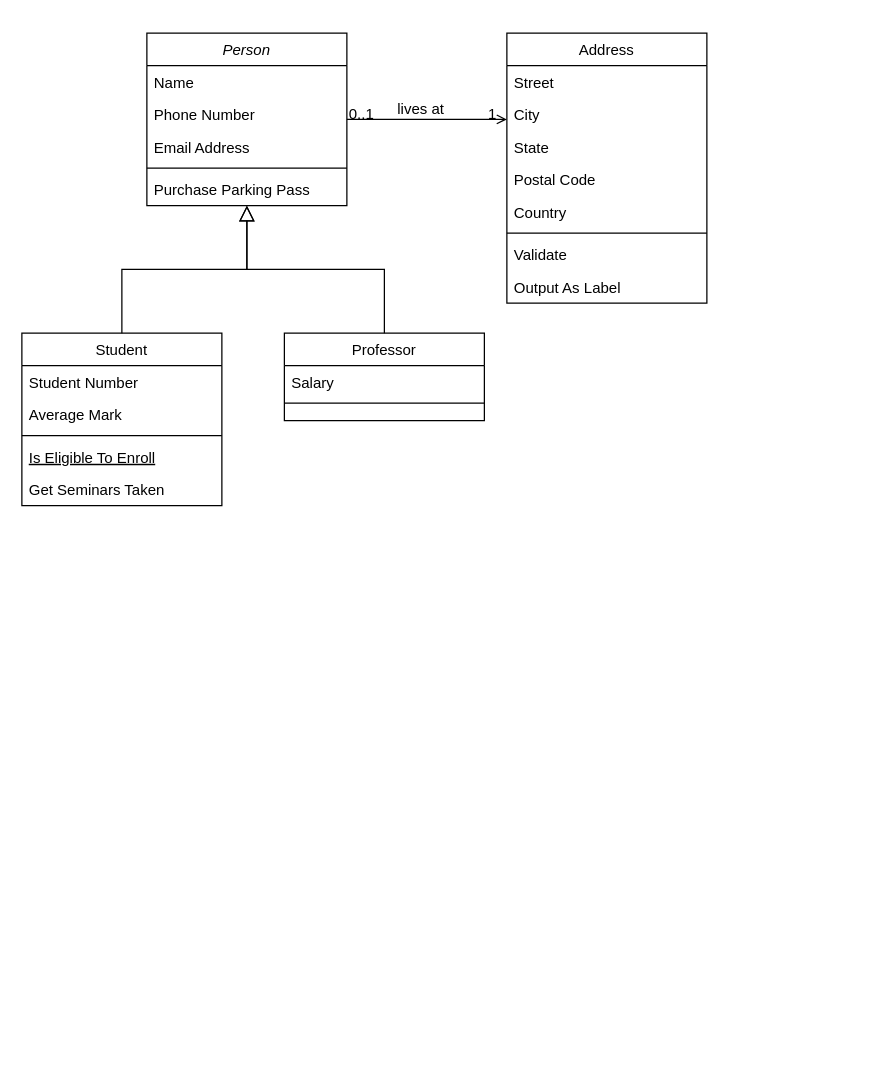
estharossa/AviaTickets keeps this draw.io diagram as Untitled Diagram.drawio. Above is the earlier version. Source tidied: cells renumbered, new cells numbered last; positions are measured from the earlier drawing's top-left corner, leaving out a move shared by most shapes. Both pictures are drawn from the tidied source at 125%, with x=0, y=0 at pixel (21, 32).
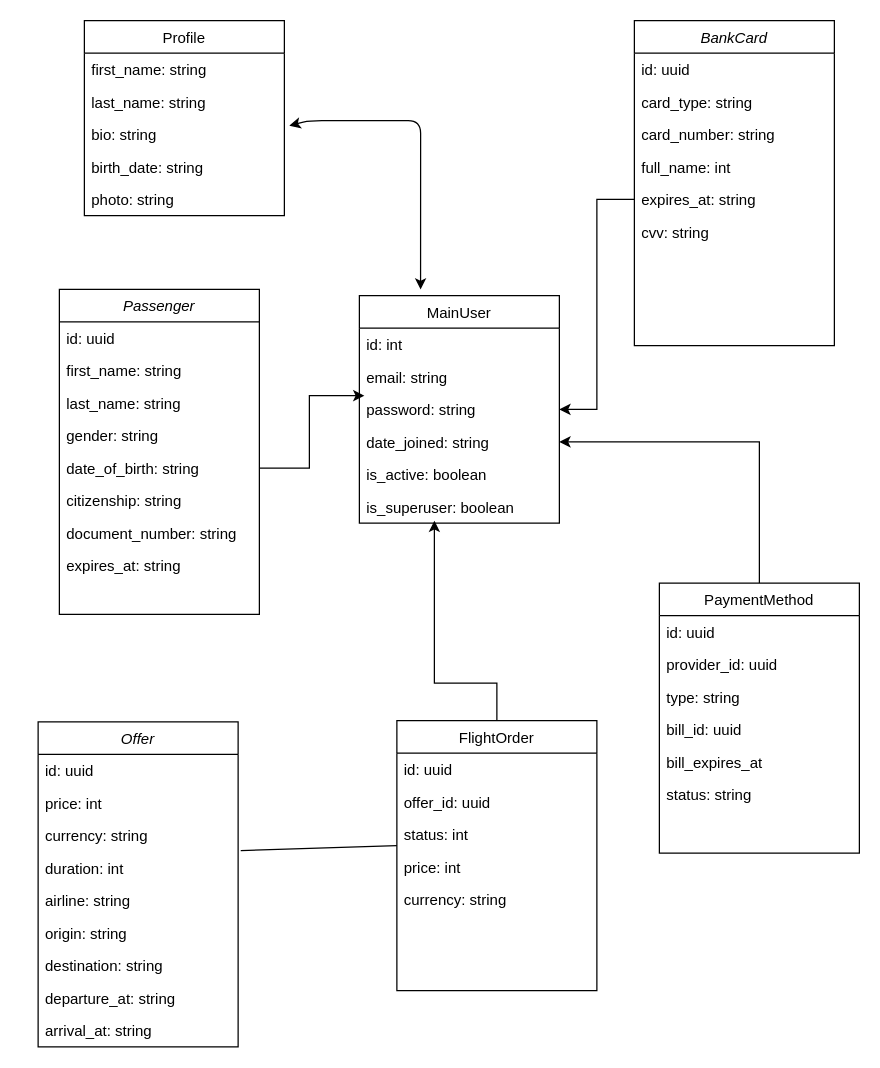
The same page after the edit.

What changed in the source:
```diff
@@
-    <mxCell id="2" value="Person" style="swimlane;fontStyle=2;align=center;verticalAlign=top;horizontal=1;startSize=26;rounded=0;shadow=0;strokeWidth=1;" parent="1" vertex="1">
-      <mxGeometry x="100" width="160" height="138" as="geometry" />
+    <mxCell id="2" value="Offer" style="swimlane;fontStyle=2;align=center;verticalAlign=top;horizontal=1;startSize=26;rounded=0;shadow=0;strokeWidth=1;" parent="1" vertex="1">
+      <mxGeometry x="13" y="551" width="160" height="260" as="geometry" />
     </mxCell>
-    <mxCell id="3" value="Name" style="text;align=left;verticalAlign=top;spacingLeft=4;spacingRight=4;overflow=hidden;" parent="2" vertex="1">
+    <mxCell id="3" value="id: uuid" style="text;align=left;verticalAlign=top;spacingLeft=4;spacingRight=4;overflow=hidden;" parent="2" vertex="1">
       <mxGeometry y="26" width="160" height="26" as="geometry" />
     </mxCell>
-    <mxCell id="4" value="Phone Number" style="text;align=left;verticalAlign=top;spacingLeft=4;spacingRight=4;overflow=hidden;rounded=0;shadow=0;html=0;" parent="2" vertex="1">
+    <mxCell id="4" value="price: int" style="text;align=left;verticalAlign=top;spacingLeft=4;spacingRight=4;overflow=hidden;rounded=0;shadow=0;html=0;" parent="2" vertex="1">
       <mxGeometry y="52" width="160" height="26" as="geometry" />
     </mxCell>
-    <mxCell id="5" value="Email Address" style="text;align=left;verticalAlign=top;spacingLeft=4;spacingRight=4;overflow=hidden;rounded=0;shadow=0;html=0;" parent="2" vertex="1">
+    <mxCell id="5" value="currency: string&#10;" style="text;align=left;verticalAlign=top;spacingLeft=4;spacingRight=4;overflow=hidden;rounded=0;shadow=0;html=0;" parent="2" vertex="1">
       <mxGeometry y="78" width="160" height="26" as="geometry" />
     </mxCell>
-    <mxCell id="6" style="line;html=1;strokeWidth=1;align=left;verticalAlign=middle;spacingTop=-1;spacingLeft=3;spacingRight=3;labelPosition=right;" parent="2" vertex="1">
-      <mxGeometry y="104" width="160" height="8" as="geometry" />
-    </mxCell>
-    <mxCell id="7" value="Purchase Parking Pass" style="text;align=left;verticalAlign=top;spacingLeft=4;spacingRight=4;overflow=hidden;" parent="2" vertex="1">
-      <mxGeometry y="112" width="160" height="26" as="geometry" />
-    </mxCell>
+    <mxCell id="32" value="duration: int" style="text;align=left;verticalAlign=top;spacingLeft=4;spacingRight=4;overflow=hidden;points=[[0,0.5],[1,0.5]];portConstraint=eastwest;rounded=0;shadow=0;html=0;" parent="2" vertex="1">
+      <mxGeometry y="104" width="160" height="26" as="geometry" />
+    </mxCell>
+    <mxCell id="33" value="airline: string" style="text;align=left;verticalAlign=top;spacingLeft=4;spacingRight=4;overflow=hidden;rounded=0;shadow=0;html=0;" parent="2" vertex="1">
+      <mxGeometry y="130" width="160" height="26" as="geometry" />
+    </mxCell>
+    <mxCell id="34" value="origin: string" style="text;align=left;verticalAlign=top;spacingLeft=4;spacingRight=4;overflow=hidden;rounded=0;shadow=0;html=0;" parent="2" vertex="1">
+      <mxGeometry y="156" width="160" height="26" as="geometry" />
+    </mxCell>
+    <mxCell id="35" value="destination: string" style="text;align=left;verticalAlign=top;spacingLeft=4;spacingRight=4;overflow=hidden;rounded=0;shadow=0;html=0;" parent="2" vertex="1">
+      <mxGeometry y="182" width="160" height="26" as="geometry" />
+    </mxCell>
+    <mxCell id="36" value="departure_at: string" style="text;align=left;verticalAlign=top;spacingLeft=4;spacingRight=4;overflow=hidden;rounded=0;shadow=0;html=0;" parent="2" vertex="1">
+      <mxGeometry y="208" width="160" height="26" as="geometry" />
+    </mxCell>
+    <mxCell id="37" value="arrival_at: string" style="text;align=left;verticalAlign=top;spacingLeft=4;spacingRight=4;overflow=hidden;rounded=0;shadow=0;html=0;" parent="2" vertex="1">
+      <mxGeometry y="234" width="160" height="26" as="geometry" />
+    </mxCell>
-    <mxCell id="8" value="Student" style="swimlane;fontStyle=0;align=center;verticalAlign=top;horizontal=1;startSize=26;rounded=0;shadow=0;strokeWidth=1;" parent="1" vertex="1">
-      <mxGeometry y="240" width="160" height="138" as="geometry" />
+    <mxCell id="8" value="MainUser" style="swimlane;fontStyle=0;align=center;verticalAlign=top;horizontal=1;startSize=26;rounded=0;shadow=0;strokeWidth=1;" parent="1" vertex="1">
+      <mxGeometry x="270" y="210" width="160" height="182" as="geometry" />
     </mxCell>
-    <mxCell id="9" value="Student Number" style="text;align=left;verticalAlign=top;spacingLeft=4;spacingRight=4;overflow=hidden;" parent="8" vertex="1">
+    <mxCell id="9" value="id: int" style="text;align=left;verticalAlign=top;spacingLeft=4;spacingRight=4;overflow=hidden;" parent="8" vertex="1">
       <mxGeometry y="26" width="160" height="26" as="geometry" />
     </mxCell>
-    <mxCell id="10" value="Average Mark" style="text;align=left;verticalAlign=top;spacingLeft=4;spacingRight=4;overflow=hidden;rounded=0;shadow=0;html=0;" parent="8" vertex="1">
+    <mxCell id="10" value="email: string" style="text;align=left;verticalAlign=top;spacingLeft=4;spacingRight=4;overflow=hidden;rounded=0;shadow=0;html=0;" parent="8" vertex="1">
       <mxGeometry y="52" width="160" height="26" as="geometry" />
     </mxCell>
-    <mxCell id="11" style="line;html=1;strokeWidth=1;align=left;verticalAlign=middle;spacingTop=-1;spacingLeft=3;spacingRight=3;labelPosition=right;" parent="8" vertex="1">
-      <mxGeometry y="78" width="160" height="8" as="geometry" />
-    </mxCell>
-    <mxCell id="12" value="Is Eligible To Enroll" style="text;align=left;verticalAlign=top;spacingLeft=4;spacingRight=4;overflow=hidden;fontStyle=4;" parent="8" vertex="1">
-      <mxGeometry y="86" width="160" height="26" as="geometry" />
-    </mxCell>
-    <mxCell id="13" value="Get Seminars Taken" style="text;align=left;verticalAlign=top;spacingLeft=4;spacingRight=4;overflow=hidden;" parent="8" vertex="1">
-      <mxGeometry y="112" width="160" height="26" as="geometry" />
-    </mxCell>
-    <mxCell id="14" style="endArrow=block;endSize=10;endFill=0;shadow=0;strokeWidth=1;rounded=0;edgeStyle=elbowEdgeStyle;elbow=vertical;" parent="1" edge="1" source="8" target="2">
-      <mxGeometry relative="1" as="geometry" />
-    </mxCell>
+    <mxCell id="38" value="password: string" style="text;align=left;verticalAlign=top;spacingLeft=4;spacingRight=4;overflow=hidden;points=[[0,0.5],[1,0.5]];portConstraint=eastwest;rounded=0;shadow=0;html=0;" parent="8" vertex="1">
+      <mxGeometry y="78" width="160" height="26" as="geometry" />
+    </mxCell>
+    <mxCell id="39" value="date_joined: string" style="text;align=left;verticalAlign=top;spacingLeft=4;spacingRight=4;overflow=hidden;points=[[0,0.5],[1,0.5]];portConstraint=eastwest;rounded=0;shadow=0;html=0;" parent="8" vertex="1">
+      <mxGeometry y="104" width="160" height="26" as="geometry" />
+    </mxCell>
+    <mxCell id="40" value="is_active: boolean" style="text;align=left;verticalAlign=top;spacingLeft=4;spacingRight=4;overflow=hidden;rounded=0;shadow=0;html=0;" parent="8" vertex="1">
+      <mxGeometry y="130" width="160" height="26" as="geometry" />
+    </mxCell>
+    <mxCell id="41" value="is_superuser: boolean" style="text;align=left;verticalAlign=top;spacingLeft=4;spacingRight=4;overflow=hidden;rounded=0;shadow=0;html=0;" parent="8" vertex="1">
+      <mxGeometry y="156" width="160" height="26" as="geometry" />
+    </mxCell>
-    <mxCell id="15" value="Professor" style="swimlane;fontStyle=0;align=center;verticalAlign=top;horizontal=1;startSize=26;rounded=0;shadow=0;strokeWidth=1;" parent="1" vertex="1">
-      <mxGeometry x="210" y="240" width="160" height="70" as="geometry" />
+    <mxCell id="15" value="Profile" style="swimlane;fontStyle=0;align=center;verticalAlign=top;horizontal=1;startSize=26;rounded=0;shadow=0;strokeWidth=1;" parent="1" vertex="1">
+      <mxGeometry x="50" y="-10" width="160" height="156" as="geometry" />
     </mxCell>
-    <mxCell id="16" value="Salary" style="text;align=left;verticalAlign=top;spacingLeft=4;spacingRight=4;overflow=hidden;" parent="15" vertex="1">
+    <mxCell id="16" value="first_name: string" style="text;align=left;verticalAlign=top;spacingLeft=4;spacingRight=4;overflow=hidden;" parent="15" vertex="1">
       <mxGeometry y="26" width="160" height="26" as="geometry" />
     </mxCell>
-    <mxCell id="17" style="line;html=1;strokeWidth=1;align=left;verticalAlign=middle;spacingTop=-1;spacingLeft=3;spacingRight=3;labelPosition=right;" parent="15" vertex="1">
-      <mxGeometry y="52" width="160" height="8" as="geometry" />
-    </mxCell>
-    <mxCell id="18" style="endArrow=block;endSize=10;endFill=0;shadow=0;strokeWidth=1;rounded=0;edgeStyle=elbowEdgeStyle;elbow=vertical;" parent="1" edge="1" source="15" target="2">
-      <mxGeometry relative="1" as="geometry" />
-    </mxCell>
+    <mxCell id="42" value="last_name: string" style="text;align=left;verticalAlign=top;spacingLeft=4;spacingRight=4;overflow=hidden;" parent="15" vertex="1">
+      <mxGeometry y="52" width="160" height="26" as="geometry" />
+    </mxCell>
+    <mxCell id="43" value="bio: string" style="text;align=left;verticalAlign=top;spacingLeft=4;spacingRight=4;overflow=hidden;points=[[0,0.5],[1,0.5]];portConstraint=eastwest;" parent="15" vertex="1">
+      <mxGeometry y="78" width="160" height="26" as="geometry" />
+    </mxCell>
+    <mxCell id="44" value="birth_date: string" style="text;align=left;verticalAlign=top;spacingLeft=4;spacingRight=4;overflow=hidden;" parent="15" vertex="1">
+      <mxGeometry y="104" width="160" height="26" as="geometry" />
+    </mxCell>
+    <mxCell id="45" value="photo: string" style="text;align=left;verticalAlign=top;spacingLeft=4;spacingRight=4;overflow=hidden;" parent="15" vertex="1">
+      <mxGeometry y="130" width="160" height="26" as="geometry" />
+    </mxCell>
+    <mxCell id="46" style="edgeStyle=orthogonalEdgeStyle;rounded=0;jettySize=auto;html=1;exitX=0.5;exitY=0;exitDx=0;exitDy=0;" parent="1" edge="1" source="19">
+      <mxGeometry relative="1" as="geometry">
+        <mxPoint x="330" y="390" as="targetPoint" />
+        <Array as="points">
+          <mxPoint x="330" y="520" />
+        </Array>
+      </mxGeometry>
+    </mxCell>
-    <mxCell id="19" value="Address" style="swimlane;fontStyle=0;align=center;verticalAlign=top;horizontal=1;startSize=26;rounded=0;shadow=0;strokeWidth=1;" parent="1" vertex="1">
-      <mxGeometry x="388" width="160" height="216" as="geometry" />
+    <mxCell id="19" value="FlightOrder" style="swimlane;fontStyle=0;align=center;verticalAlign=top;horizontal=1;startSize=26;rounded=0;shadow=0;strokeWidth=1;" parent="1" vertex="1">
+      <mxGeometry x="300" y="550" width="160" height="216" as="geometry" />
     </mxCell>
-    <mxCell id="20" value="Street" style="text;align=left;verticalAlign=top;spacingLeft=4;spacingRight=4;overflow=hidden;" parent="19" vertex="1">
+    <mxCell id="20" value="id: uuid" style="text;align=left;verticalAlign=top;spacingLeft=4;spacingRight=4;overflow=hidden;" parent="19" vertex="1">
       <mxGeometry y="26" width="160" height="26" as="geometry" />
     </mxCell>
-    <mxCell id="21" value="City" style="text;align=left;verticalAlign=top;spacingLeft=4;spacingRight=4;overflow=hidden;rounded=0;shadow=0;html=0;" parent="19" vertex="1">
+    <mxCell id="21" value="offer_id: uuid" style="text;align=left;verticalAlign=top;spacingLeft=4;spacingRight=4;overflow=hidden;rounded=0;shadow=0;html=0;" parent="19" vertex="1">
       <mxGeometry y="52" width="160" height="26" as="geometry" />
     </mxCell>
-    <mxCell id="22" value="State" style="text;align=left;verticalAlign=top;spacingLeft=4;spacingRight=4;overflow=hidden;points=[[0,0.5],[1,0.5]];portConstraint=eastwest;rounded=0;shadow=0;html=0;" parent="19" vertex="1">
+    <mxCell id="22" value="status: int" style="text;align=left;verticalAlign=top;spacingLeft=4;spacingRight=4;overflow=hidden;points=[[0,0.5],[1,0.5]];portConstraint=eastwest;rounded=0;shadow=0;html=0;" parent="19" vertex="1">
       <mxGeometry y="78" width="160" height="26" as="geometry" />
     </mxCell>
-    <mxCell id="23" value="Postal Code" style="text;align=left;verticalAlign=top;spacingLeft=4;spacingRight=4;overflow=hidden;rounded=0;shadow=0;html=0;" parent="19" vertex="1">
+    <mxCell id="23" value="price: int" style="text;align=left;verticalAlign=top;spacingLeft=4;spacingRight=4;overflow=hidden;rounded=0;shadow=0;html=0;" parent="19" vertex="1">
       <mxGeometry y="104" width="160" height="26" as="geometry" />
     </mxCell>
-    <mxCell id="24" value="Country" style="text;align=left;verticalAlign=top;spacingLeft=4;spacingRight=4;overflow=hidden;rounded=0;shadow=0;html=0;" parent="19" vertex="1">
+    <mxCell id="24" value="currency: string" style="text;align=left;verticalAlign=top;spacingLeft=4;spacingRight=4;overflow=hidden;rounded=0;shadow=0;html=0;" parent="19" vertex="1">
       <mxGeometry y="130" width="160" height="26" as="geometry" />
     </mxCell>
-    <mxCell id="25" style="line;html=1;strokeWidth=1;align=left;verticalAlign=middle;spacingTop=-1;spacingLeft=3;spacingRight=3;labelPosition=right;" parent="19" vertex="1">
-      <mxGeometry y="156" width="160" height="8" as="geometry" />
-    </mxCell>
-    <mxCell id="26" value="Validate" style="text;align=left;verticalAlign=top;spacingLeft=4;spacingRight=4;overflow=hidden;" parent="19" vertex="1">
-      <mxGeometry y="164" width="160" height="26" as="geometry" />
-    </mxCell>
-    <mxCell id="27" value="Output As Label" style="text;align=left;verticalAlign=top;spacingLeft=4;spacingRight=4;overflow=hidden;" parent="19" vertex="1">
-      <mxGeometry y="190" width="160" height="26" as="geometry" />
-    </mxCell>
-    <mxCell id="28" style="endArrow=open;shadow=0;strokeWidth=1;rounded=0;endFill=1;edgeStyle=elbowEdgeStyle;elbow=vertical;" parent="1" edge="1" source="2" target="19">
-      <mxGeometry x="0.5" y="41" relative="1" as="geometry">
-        <mxPoint x="-40" y="32" as="offset" />
-      </mxGeometry>
-    </mxCell>
-    <mxCell id="29" value="0..1" style="align=left;verticalAlign=bottom;labelBackgroundColor=none;fontSize=12;" parent="28" vertex="1">
-      <mxGeometry x="-1" relative="1" as="geometry">
-        <mxPoint y="4" as="offset" />
-      </mxGeometry>
-    </mxCell>
-    <mxCell id="30" value="1" style="align=right;verticalAlign=bottom;labelBackgroundColor=none;fontSize=12;" parent="28" vertex="1">
-      <mxGeometry x="1" relative="1" as="geometry">
-        <mxPoint x="-7" y="4" as="offset" />
-      </mxGeometry>
-    </mxCell>
-    <mxCell id="31" value="lives at" style="text;html=1;align=center;verticalAlign=middle;labelBackgroundColor=none;rounded=0;shadow=0;strokeWidth=1;fontSize=12;" parent="28" vertex="1">
-      <mxGeometry x="0.5" y="49" relative="1" as="geometry">
-        <mxPoint x="-38" y="40" as="offset" />
-      </mxGeometry>
-    </mxCell>
+    <mxCell id="47" value="BankCard" style="swimlane;fontStyle=2;align=center;verticalAlign=top;horizontal=1;startSize=26;rounded=0;shadow=0;strokeWidth=1;" parent="1" vertex="1">
+      <mxGeometry x="490" y="-10" width="160" height="260" as="geometry" />
+    </mxCell>
+    <mxCell id="48" value="id: uuid" style="text;align=left;verticalAlign=top;spacingLeft=4;spacingRight=4;overflow=hidden;" parent="47" vertex="1">
+      <mxGeometry y="26" width="160" height="26" as="geometry" />
+    </mxCell>
+    <mxCell id="49" value="card_type: string" style="text;align=left;verticalAlign=top;spacingLeft=4;spacingRight=4;overflow=hidden;rounded=0;shadow=0;html=0;" parent="47" vertex="1">
+      <mxGeometry y="52" width="160" height="26" as="geometry" />
+    </mxCell>
+    <mxCell id="50" value="card_number: string&#10;" style="text;align=left;verticalAlign=top;spacingLeft=4;spacingRight=4;overflow=hidden;rounded=0;shadow=0;html=0;" parent="47" vertex="1">
+      <mxGeometry y="78" width="160" height="26" as="geometry" />
+    </mxCell>
+    <mxCell id="51" value="full_name: int" style="text;align=left;verticalAlign=top;spacingLeft=4;spacingRight=4;overflow=hidden;rounded=0;shadow=0;html=0;" parent="47" vertex="1">
+      <mxGeometry y="104" width="160" height="26" as="geometry" />
+    </mxCell>
+    <mxCell id="52" value="expires_at: string" style="text;align=left;verticalAlign=top;spacingLeft=4;spacingRight=4;overflow=hidden;points=[[0,0.5],[1,0.5]];portConstraint=eastwest;rounded=0;shadow=0;html=0;" parent="47" vertex="1">
+      <mxGeometry y="130" width="160" height="26" as="geometry" />
+    </mxCell>
+    <mxCell id="53" value="cvv: string" style="text;align=left;verticalAlign=top;spacingLeft=4;spacingRight=4;overflow=hidden;rounded=0;shadow=0;html=0;" parent="47" vertex="1">
+      <mxGeometry y="156" width="160" height="26" as="geometry" />
+    </mxCell>
+    <mxCell id="54" value="Passenger" style="swimlane;fontStyle=2;align=center;verticalAlign=top;horizontal=1;startSize=26;rounded=0;shadow=0;strokeWidth=1;" parent="1" vertex="1">
+      <mxGeometry x="30" y="205" width="160" height="260" as="geometry" />
+    </mxCell>
+    <mxCell id="55" value="id: uuid" style="text;align=left;verticalAlign=top;spacingLeft=4;spacingRight=4;overflow=hidden;" parent="54" vertex="1">
+      <mxGeometry y="26" width="160" height="26" as="geometry" />
+    </mxCell>
+    <mxCell id="56" value="first_name: string" style="text;align=left;verticalAlign=top;spacingLeft=4;spacingRight=4;overflow=hidden;rounded=0;shadow=0;html=0;" parent="54" vertex="1">
+      <mxGeometry y="52" width="160" height="26" as="geometry" />
+    </mxCell>
+    <mxCell id="57" value="last_name: string" style="text;align=left;verticalAlign=top;spacingLeft=4;spacingRight=4;overflow=hidden;rounded=0;shadow=0;html=0;" parent="54" vertex="1">
+      <mxGeometry y="78" width="160" height="26" as="geometry" />
+    </mxCell>
+    <mxCell id="58" value="gender: string" style="text;align=left;verticalAlign=top;spacingLeft=4;spacingRight=4;overflow=hidden;rounded=0;shadow=0;html=0;" parent="54" vertex="1">
+      <mxGeometry y="104" width="160" height="26" as="geometry" />
+    </mxCell>
+    <mxCell id="59" value="date_of_birth: string" style="text;align=left;verticalAlign=top;spacingLeft=4;spacingRight=4;overflow=hidden;points=[[0,0.5],[1,0.5]];portConstraint=eastwest;rounded=0;shadow=0;html=0;" parent="54" vertex="1">
+      <mxGeometry y="130" width="160" height="26" as="geometry" />
+    </mxCell>
+    <mxCell id="60" value="citizenship: string" style="text;align=left;verticalAlign=top;spacingLeft=4;spacingRight=4;overflow=hidden;rounded=0;shadow=0;html=0;" parent="54" vertex="1">
+      <mxGeometry y="156" width="160" height="26" as="geometry" />
+    </mxCell>
+    <mxCell id="61" value="document_number: string" style="text;align=left;verticalAlign=top;spacingLeft=4;spacingRight=4;overflow=hidden;rounded=0;shadow=0;html=0;" parent="54" vertex="1">
+      <mxGeometry y="182" width="160" height="26" as="geometry" />
+    </mxCell>
+    <mxCell id="62" value="expires_at: string" style="text;align=left;verticalAlign=top;spacingLeft=4;spacingRight=4;overflow=hidden;rounded=0;shadow=0;html=0;" parent="54" vertex="1">
+      <mxGeometry y="208" width="160" height="26" as="geometry" />
+    </mxCell>
+    <mxCell id="63" style="endArrow=none;html=1;exitX=1.013;exitY=-0.038;exitDx=0;exitDy=0;exitPerimeter=0;entryX=0;entryY=0.846;entryDx=0;entryDy=0;entryPerimeter=0;" parent="1" edge="1" source="32" target="22">
+      <mxGeometry relative="1" as="geometry" />
+    </mxCell>
+    <mxCell id="64" style="endArrow=classic;startArrow=classic;html=1;exitX=1.025;exitY=0.231;exitDx=0;exitDy=0;exitPerimeter=0;entryX=0.306;entryY=-0.027;entryDx=0;entryDy=0;entryPerimeter=0;" parent="1" edge="1" source="43" target="8">
+      <mxGeometry relative="1" as="geometry">
+        <Array as="points">
+          <mxPoint x="230" y="70" />
+          <mxPoint x="319" y="70" />
+        </Array>
+      </mxGeometry>
+    </mxCell>
+    <mxCell id="65" style="edgeStyle=orthogonalEdgeStyle;rounded=0;jettySize=auto;html=1;exitX=0;exitY=0.5;exitDx=0;exitDy=0;entryX=1;entryY=0.5;entryDx=0;entryDy=0;" parent="1" edge="1" source="52" target="8">
+      <mxGeometry relative="1" as="geometry" />
+    </mxCell>
+    <mxCell id="66" style="edgeStyle=orthogonalEdgeStyle;rounded=0;jettySize=auto;html=1;exitX=1;exitY=0.5;exitDx=0;exitDy=0;entryX=0.025;entryY=0.077;entryDx=0;entryDy=0;entryPerimeter=0;" parent="1" edge="1" source="59" target="38">
+      <mxGeometry relative="1" as="geometry" />
+    </mxCell>
+    <mxCell id="67" style="edgeStyle=orthogonalEdgeStyle;rounded=0;jettySize=auto;html=1;exitX=0.5;exitY=0;exitDx=0;exitDy=0;" parent="1" edge="1" source="68" target="39">
+      <mxGeometry relative="1" as="geometry" />
+    </mxCell>
+    <mxCell id="68" value="PaymentMethod" style="swimlane;fontStyle=0;align=center;verticalAlign=top;horizontal=1;startSize=26;rounded=0;shadow=0;strokeWidth=1;" parent="1" vertex="1">
+      <mxGeometry x="510" y="440" width="160" height="216" as="geometry" />
+    </mxCell>
+    <mxCell id="69" value="id: uuid" style="text;align=left;verticalAlign=top;spacingLeft=4;spacingRight=4;overflow=hidden;" parent="68" vertex="1">
+      <mxGeometry y="26" width="160" height="26" as="geometry" />
+    </mxCell>
+    <mxCell id="70" value="provider_id: uuid" style="text;align=left;verticalAlign=top;spacingLeft=4;spacingRight=4;overflow=hidden;rounded=0;shadow=0;html=0;" parent="68" vertex="1">
+      <mxGeometry y="52" width="160" height="26" as="geometry" />
+    </mxCell>
+    <mxCell id="71" value="type: string" style="text;align=left;verticalAlign=top;spacingLeft=4;spacingRight=4;overflow=hidden;rounded=0;shadow=0;html=0;" parent="68" vertex="1">
+      <mxGeometry y="78" width="160" height="26" as="geometry" />
+    </mxCell>
+    <mxCell id="72" value="bill_id: uuid" style="text;align=left;verticalAlign=top;spacingLeft=4;spacingRight=4;overflow=hidden;rounded=0;shadow=0;html=0;" parent="68" vertex="1">
+      <mxGeometry y="104" width="160" height="26" as="geometry" />
+    </mxCell>
+    <mxCell id="73" value="bill_expires_at" style="text;align=left;verticalAlign=top;spacingLeft=4;spacingRight=4;overflow=hidden;rounded=0;shadow=0;html=0;" parent="68" vertex="1">
+      <mxGeometry y="130" width="160" height="26" as="geometry" />
+    </mxCell>
+    <mxCell id="74" value="status: string" style="text;align=left;verticalAlign=top;spacingLeft=4;spacingRight=4;overflow=hidden;rounded=0;shadow=0;html=0;" parent="68" vertex="1">
+      <mxGeometry y="156" width="160" height="26" as="geometry" />
+    </mxCell>
```
